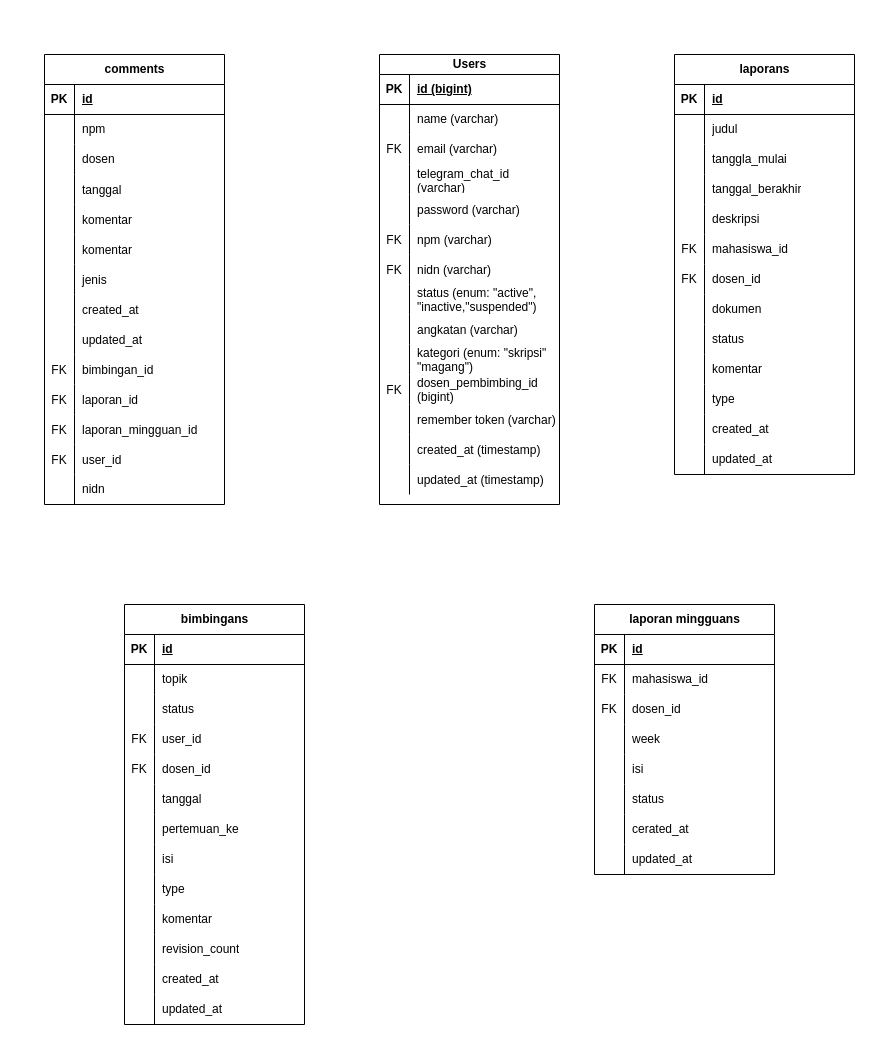
The draw.io diagram database tamp.drawio in reyfuu/uml, before the edit. Source tidied: cells renumbered, new cells numbered last; positions are measured from the earlier drawing's top-left corner, leaving out a move shared by most shapes. Both pictures are drawn from the tidied source at 100%, with x=0, y=0 at pixel (44, 54).
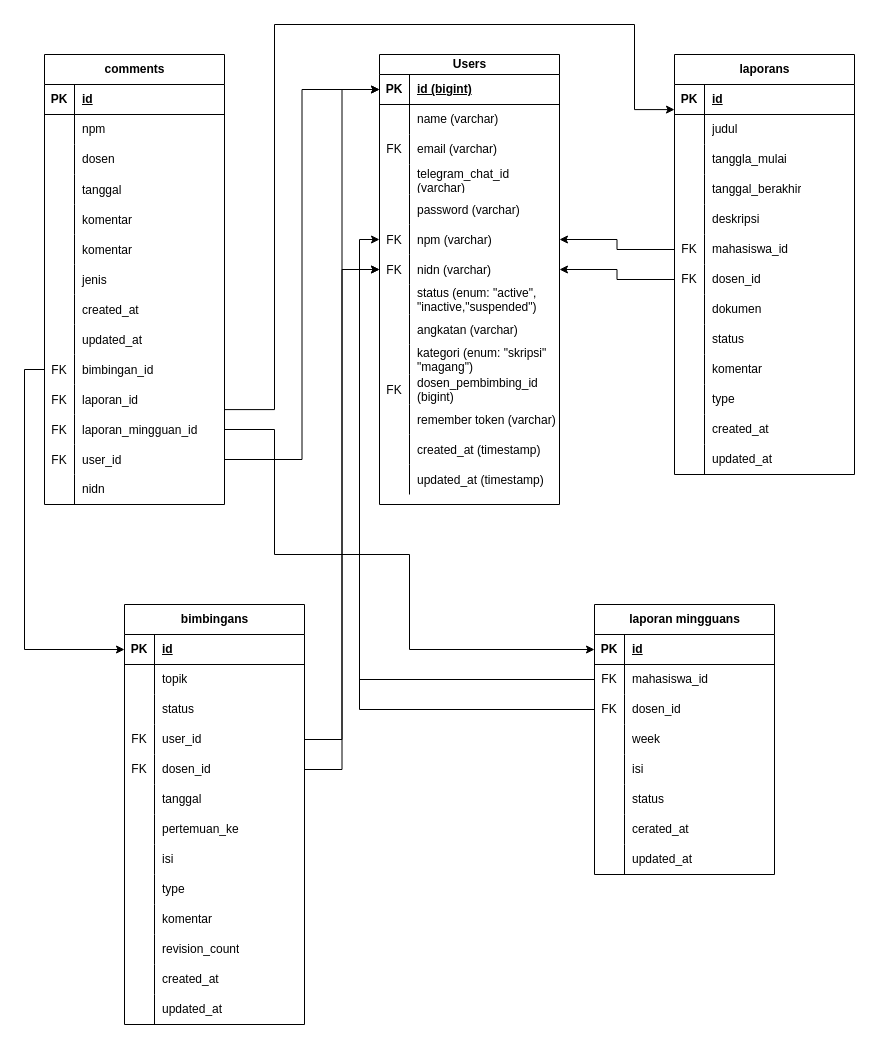
Above is the later version.

Unchanged cells that the change refers to:
```xml
<mxCell id="3" style="shape=tableRow;horizontal=0;startSize=0;swimlaneHead=0;swimlaneBody=0;fillColor=none;points=[[0,0.5],[1,0.5]];portConstraint=eastwest;top=0;left=0;right=0;bottom=1;" parent="2" vertex="1">
  <mxGeometry y="20" width="180" height="30" as="geometry" />
</mxCell>
<mxCell id="18" style="shape=tableRow;horizontal=0;startSize=0;swimlaneHead=0;swimlaneBody=0;fillColor=none;points=[[0,0.5],[1,0.5]];portConstraint=eastwest;top=0;left=0;right=0;bottom=0;" parent="2" vertex="1">
  <mxGeometry y="170" width="180" height="30" as="geometry" />
</mxCell>
<mxCell id="21" style="shape=tableRow;horizontal=0;startSize=0;swimlaneHead=0;swimlaneBody=0;fillColor=none;points=[[0,0.5],[1,0.5]];portConstraint=eastwest;top=0;left=0;right=0;bottom=0;" parent="2" vertex="1">
  <mxGeometry y="200" width="180" height="30" as="geometry" />
</mxCell>
<mxCell id="73" style="shape=tableRow;horizontal=0;startSize=0;swimlaneHead=0;swimlaneBody=0;fillColor=none;points=[[0,0.5],[1,0.5]];portConstraint=eastwest;top=0;left=0;right=0;bottom=0;" parent="45" vertex="1">
  <mxGeometry y="300" width="180" height="30" as="geometry" />
</mxCell>
<mxCell id="79" style="shape=tableRow;horizontal=0;startSize=0;swimlaneHead=0;swimlaneBody=0;fillColor=none;points=[[0,0.5],[1,0.5]];portConstraint=eastwest;top=0;left=0;right=0;bottom=0;" parent="45" vertex="1">
  <mxGeometry y="360" width="180" height="30" as="geometry" />
</mxCell>
<mxCell id="82" style="shape=tableRow;horizontal=0;startSize=0;swimlaneHead=0;swimlaneBody=0;fillColor=none;points=[[0,0.5],[1,0.5]];portConstraint=eastwest;top=0;left=0;right=0;bottom=0;" parent="45" vertex="1">
  <mxGeometry y="390" width="180" height="30" as="geometry" />
</mxCell>
<mxCell id="104" style="shape=tableRow;horizontal=0;startSize=0;swimlaneHead=0;swimlaneBody=0;fillColor=none;points=[[0,0.5],[1,0.5]];portConstraint=eastwest;top=0;left=0;right=0;bottom=0;" parent="88" vertex="1">
  <mxGeometry y="180" width="180" height="30" as="geometry" />
</mxCell>
<mxCell id="107" style="shape=tableRow;horizontal=0;startSize=0;swimlaneHead=0;swimlaneBody=0;fillColor=none;points=[[0,0.5],[1,0.5]];portConstraint=eastwest;top=0;left=0;right=0;bottom=0;" parent="88" vertex="1">
  <mxGeometry y="210" width="180" height="30" as="geometry" />
</mxCell>
<mxCell id="129" style="shape=tableRow;horizontal=0;startSize=0;swimlaneHead=0;swimlaneBody=0;fillColor=none;points=[[0,0.5],[1,0.5]];portConstraint=eastwest;top=0;left=0;right=0;bottom=1;" parent="128" vertex="1">
  <mxGeometry y="30" width="180" height="30" as="geometry" />
</mxCell>
<mxCell id="132" style="shape=tableRow;horizontal=0;startSize=0;swimlaneHead=0;swimlaneBody=0;fillColor=none;points=[[0,0.5],[1,0.5]];portConstraint=eastwest;top=0;left=0;right=0;bottom=0;" parent="128" vertex="1">
  <mxGeometry y="60" width="180" height="30" as="geometry" />
</mxCell>
<mxCell id="135" style="shape=tableRow;horizontal=0;startSize=0;swimlaneHead=0;swimlaneBody=0;fillColor=none;points=[[0,0.5],[1,0.5]];portConstraint=eastwest;top=0;left=0;right=0;bottom=0;" parent="128" vertex="1">
  <mxGeometry y="90" width="180" height="30" as="geometry" />
</mxCell>
<mxCell id="154" style="shape=tableRow;horizontal=0;startSize=0;swimlaneHead=0;swimlaneBody=0;fillColor=none;points=[[0,0.5],[1,0.5]];portConstraint=eastwest;top=0;left=0;right=0;bottom=1;" parent="153" vertex="1">
  <mxGeometry y="30" width="180" height="30" as="geometry" />
</mxCell>
<mxCell id="163" style="shape=tableRow;horizontal=0;startSize=0;swimlaneHead=0;swimlaneBody=0;fillColor=none;points=[[0,0.5],[1,0.5]];portConstraint=eastwest;top=0;left=0;right=0;bottom=0;" parent="153" vertex="1">
  <mxGeometry y="120" width="180" height="30" as="geometry" />
</mxCell>
<mxCell id="166" style="shape=tableRow;horizontal=0;startSize=0;swimlaneHead=0;swimlaneBody=0;fillColor=none;points=[[0,0.5],[1,0.5]];portConstraint=eastwest;top=0;left=0;right=0;bottom=0;" parent="153" vertex="1">
  <mxGeometry y="150" width="180" height="30" as="geometry" />
</mxCell>
```

The edit, as a diff of the source:
```diff
@@
+    <mxCell id="193" style="edgeStyle=orthogonalEdgeStyle;rounded=0;jettySize=auto;html=1;entryX=0;entryY=0.5;entryDx=0;entryDy=0;" parent="1" edge="1" source="132" target="18">
+      <mxGeometry relative="1" as="geometry" />
+    </mxCell>
+    <mxCell id="194" style="edgeStyle=orthogonalEdgeStyle;rounded=0;jettySize=auto;html=1;entryX=0;entryY=0.5;entryDx=0;entryDy=0;" parent="1" edge="1" source="135" target="21">
+      <mxGeometry relative="1" as="geometry" />
+    </mxCell>
+    <mxCell id="195" style="edgeStyle=orthogonalEdgeStyle;rounded=0;jettySize=auto;html=1;" parent="1" edge="1" source="163" target="3">
+      <mxGeometry relative="1" as="geometry" />
+    </mxCell>
+    <mxCell id="196" style="edgeStyle=orthogonalEdgeStyle;rounded=0;jettySize=auto;html=1;" parent="1" edge="1" source="166" target="21">
+      <mxGeometry relative="1" as="geometry" />
+    </mxCell>
+    <mxCell id="197" style="edgeStyle=orthogonalEdgeStyle;rounded=0;jettySize=auto;html=1;entryX=0;entryY=0.5;entryDx=0;entryDy=0;" parent="1" edge="1" source="73" target="154">
+      <mxGeometry relative="1" as="geometry">
+        <Array as="points">
+          <mxPoint x="-20" y="315" />
+          <mxPoint x="-20" y="595" />
+        </Array>
+      </mxGeometry>
+    </mxCell>
+    <mxCell id="198" style="edgeStyle=orthogonalEdgeStyle;rounded=0;orthogonalLoop=1;jettySize=auto;html=1;" parent="1" edge="1">
+      <mxGeometry relative="1" as="geometry">
+        <mxPoint x="180" y="355.1" as="sourcePoint" />
+        <mxPoint x="630" y="55.1" as="targetPoint" />
+        <Array as="points">
+          <mxPoint x="230" y="355" />
+          <mxPoint x="230" y="-30" />
+          <mxPoint x="590" y="-30" />
+          <mxPoint x="590" y="55" />
+        </Array>
+      </mxGeometry>
+    </mxCell>
+    <mxCell id="199" style="edgeStyle=orthogonalEdgeStyle;rounded=0;jettySize=auto;html=1;" parent="1" edge="1" source="79" target="129">
+      <mxGeometry relative="1" as="geometry">
+        <Array as="points">
+          <mxPoint x="230" y="375" />
+          <mxPoint x="230" y="500" />
+          <mxPoint x="365" y="500" />
+          <mxPoint x="365" y="595" />
+        </Array>
+      </mxGeometry>
+    </mxCell>
+    <mxCell id="200" style="edgeStyle=orthogonalEdgeStyle;rounded=0;jettySize=auto;html=1;entryX=0;entryY=0.5;entryDx=0;entryDy=0;" parent="1" edge="1" source="82" target="3">
+      <mxGeometry relative="1" as="geometry" />
+    </mxCell>
+    <mxCell id="201" style="edgeStyle=orthogonalEdgeStyle;rounded=0;jettySize=auto;html=1;entryX=1;entryY=0.5;entryDx=0;entryDy=0;" parent="1" edge="1" source="104" target="18">
+      <mxGeometry relative="1" as="geometry" />
+    </mxCell>
+    <mxCell id="202" style="edgeStyle=orthogonalEdgeStyle;rounded=0;jettySize=auto;html=1;" parent="1" edge="1" source="107" target="21">
+      <mxGeometry relative="1" as="geometry" />
+    </mxCell>
```
